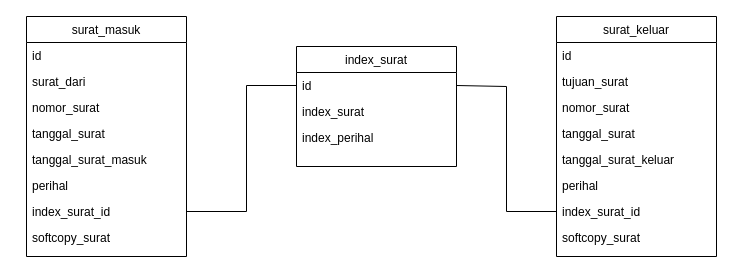
Earlier version of the draw.io diagram Diagram Tanpa Judul.drawio (danangsptro/SI_SURAT-M-K). Source tidied: cells renumbered, new cells numbered last; positions are measured from the earlier drawing's top-left corner, leaving out a move shared by most shapes. Both pictures are drawn from the tidied source at 100%, with x=0, y=0 at pixel (26, 16).
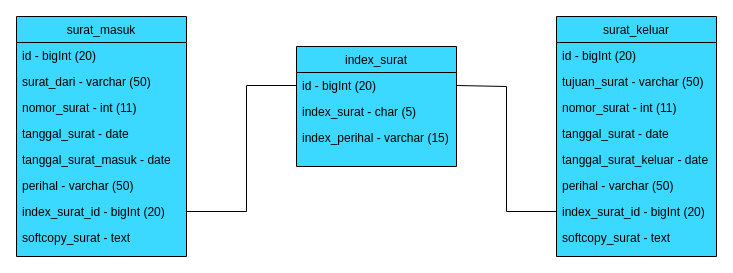
Above is the later version.

What changed in the source:
```diff
@@
-    <mxCell id="2" value="surat_masuk" style="swimlane;fontStyle=0;align=center;verticalAlign=top;horizontal=1;startSize=26;rounded=0;shadow=0;strokeWidth=1;" parent="1" vertex="1">
-      <mxGeometry width="160" height="240" as="geometry" />
+    <mxCell id="2" value="surat_masuk" style="swimlane;fontStyle=0;align=center;verticalAlign=top;horizontal=1;startSize=26;rounded=0;shadow=0;strokeWidth=1;fillColor=#3BD8FF;swimlaneFillColor=#3BD8FF;" parent="1" vertex="1">
+      <mxGeometry x="-10" width="170" height="240" as="geometry" />
     </mxCell>
-    <mxCell id="3" value="id" style="text;align=left;verticalAlign=top;spacingLeft=4;spacingRight=4;overflow=hidden;" parent="2" vertex="1">
-      <mxGeometry y="26" width="160" height="26" as="geometry" />
+    <mxCell id="3" value="id - bigInt (20)" style="text;align=left;verticalAlign=top;spacingLeft=4;spacingRight=4;overflow=hidden;" parent="2" vertex="1">
+      <mxGeometry y="26" width="170" height="26" as="geometry" />
     </mxCell>
-    <mxCell id="4" value="surat_dari" style="text;align=left;verticalAlign=top;spacingLeft=4;spacingRight=4;overflow=hidden;" parent="2" vertex="1">
-      <mxGeometry y="52" width="160" height="26" as="geometry" />
+    <mxCell id="4" value="surat_dari - varchar (50)" style="text;align=left;verticalAlign=top;spacingLeft=4;spacingRight=4;overflow=hidden;" parent="2" vertex="1">
+      <mxGeometry y="52" width="170" height="26" as="geometry" />
     </mxCell>
-    <mxCell id="5" value="nomor_surat" style="text;align=left;verticalAlign=top;spacingLeft=4;spacingRight=4;overflow=hidden;rounded=0;shadow=0;html=0;" parent="2" vertex="1">
-      <mxGeometry y="78" width="160" height="26" as="geometry" />
+    <mxCell id="5" value="nomor_surat - int (11)" style="text;align=left;verticalAlign=top;spacingLeft=4;spacingRight=4;overflow=hidden;rounded=0;shadow=0;html=0;" parent="2" vertex="1">
+      <mxGeometry y="78" width="170" height="26" as="geometry" />
     </mxCell>
-    <mxCell id="6" value="tanggal_surat" style="text;align=left;verticalAlign=top;spacingLeft=4;spacingRight=4;overflow=hidden;rounded=0;shadow=0;html=0;" parent="2" vertex="1">
-      <mxGeometry y="104" width="160" height="26" as="geometry" />
+    <mxCell id="6" value="tanggal_surat - date" style="text;align=left;verticalAlign=top;spacingLeft=4;spacingRight=4;overflow=hidden;rounded=0;shadow=0;html=0;" parent="2" vertex="1">
+      <mxGeometry y="104" width="170" height="26" as="geometry" />
     </mxCell>
-    <mxCell id="7" value="tanggal_surat_masuk" style="text;align=left;verticalAlign=top;spacingLeft=4;spacingRight=4;overflow=hidden;rounded=0;shadow=0;html=0;" parent="2" vertex="1">
-      <mxGeometry y="130" width="160" height="26" as="geometry" />
+    <mxCell id="7" value="tanggal_surat_masuk - date" style="text;align=left;verticalAlign=top;spacingLeft=4;spacingRight=4;overflow=hidden;rounded=0;shadow=0;html=0;" parent="2" vertex="1">
+      <mxGeometry y="130" width="170" height="26" as="geometry" />
     </mxCell>
-    <mxCell id="8" value="perihal" style="text;align=left;verticalAlign=top;spacingLeft=4;spacingRight=4;overflow=hidden;rounded=0;shadow=0;html=0;" parent="2" vertex="1">
-      <mxGeometry y="156" width="160" height="26" as="geometry" />
+    <mxCell id="8" value="perihal - varchar (50)" style="text;align=left;verticalAlign=top;spacingLeft=4;spacingRight=4;overflow=hidden;rounded=0;shadow=0;html=0;" parent="2" vertex="1">
+      <mxGeometry y="156" width="170" height="26" as="geometry" />
     </mxCell>
-    <mxCell id="9" value="index_surat_id" style="text;align=left;verticalAlign=top;spacingLeft=4;spacingRight=4;overflow=hidden;points=[[0,0.5],[1,0.5]];portConstraint=eastwest;rounded=0;shadow=0;html=0;" parent="2" vertex="1">
-      <mxGeometry y="182" width="160" height="26" as="geometry" />
+    <mxCell id="9" value="index_surat_id - bigInt (20)" style="text;align=left;verticalAlign=top;spacingLeft=4;spacingRight=4;overflow=hidden;points=[[0,0.5],[1,0.5]];portConstraint=eastwest;rounded=0;shadow=0;html=0;" parent="2" vertex="1">
+      <mxGeometry y="182" width="170" height="26" as="geometry" />
     </mxCell>
-    <mxCell id="10" value="softcopy_surat" style="text;align=left;verticalAlign=top;spacingLeft=4;spacingRight=4;overflow=hidden;rounded=0;shadow=0;html=0;" parent="2" vertex="1">
-      <mxGeometry y="208" width="160" height="26" as="geometry" />
+    <mxCell id="10" value="softcopy_surat - text" style="text;align=left;verticalAlign=top;spacingLeft=4;spacingRight=4;overflow=hidden;rounded=0;shadow=0;html=0;" parent="2" vertex="1">
+      <mxGeometry y="208" width="170" height="26" as="geometry" />
     </mxCell>
-    <mxCell id="11" value="surat_keluar" style="swimlane;fontStyle=0;align=center;verticalAlign=top;horizontal=1;startSize=26;rounded=0;shadow=0;strokeWidth=1;" parent="1" vertex="1">
+    <mxCell id="11" value="surat_keluar" style="swimlane;fontStyle=0;align=center;verticalAlign=top;horizontal=1;startSize=26;rounded=0;shadow=0;strokeWidth=1;fillColor=#3BD8FF;swimlaneFillColor=#3BD8FF;" parent="1" vertex="1">
       <mxGeometry x="530" width="160" height="240" as="geometry" />
     </mxCell>
-    <mxCell id="12" value="id" style="text;align=left;verticalAlign=top;spacingLeft=4;spacingRight=4;overflow=hidden;" parent="11" vertex="1">
+    <mxCell id="12" value="id - bigInt (20)" style="text;align=left;verticalAlign=top;spacingLeft=4;spacingRight=4;overflow=hidden;" parent="11" vertex="1">
       <mxGeometry y="26" width="160" height="26" as="geometry" />
     </mxCell>
-    <mxCell id="13" value="tujuan_surat" style="text;align=left;verticalAlign=top;spacingLeft=4;spacingRight=4;overflow=hidden;" parent="11" vertex="1">
+    <mxCell id="13" value="tujuan_surat - varchar (50)" style="text;align=left;verticalAlign=top;spacingLeft=4;spacingRight=4;overflow=hidden;" parent="11" vertex="1">
       <mxGeometry y="52" width="160" height="26" as="geometry" />
     </mxCell>
-    <mxCell id="14" value="nomor_surat" style="text;align=left;verticalAlign=top;spacingLeft=4;spacingRight=4;overflow=hidden;rounded=0;shadow=0;html=0;" parent="11" vertex="1">
+    <mxCell id="14" value="nomor_surat - int (11)" style="text;align=left;verticalAlign=top;spacingLeft=4;spacingRight=4;overflow=hidden;rounded=0;shadow=0;html=0;" parent="11" vertex="1">
       <mxGeometry y="78" width="160" height="26" as="geometry" />
     </mxCell>
-    <mxCell id="15" value="tanggal_surat" style="text;align=left;verticalAlign=top;spacingLeft=4;spacingRight=4;overflow=hidden;rounded=0;shadow=0;html=0;" parent="11" vertex="1">
+    <mxCell id="15" value="tanggal_surat - date" style="text;align=left;verticalAlign=top;spacingLeft=4;spacingRight=4;overflow=hidden;rounded=0;shadow=0;html=0;" parent="11" vertex="1">
       <mxGeometry y="104" width="160" height="26" as="geometry" />
     </mxCell>
-    <mxCell id="16" value="tanggal_surat_keluar" style="text;align=left;verticalAlign=top;spacingLeft=4;spacingRight=4;overflow=hidden;rounded=0;shadow=0;html=0;" parent="11" vertex="1">
+    <mxCell id="16" value="tanggal_surat_keluar - date" style="text;align=left;verticalAlign=top;spacingLeft=4;spacingRight=4;overflow=hidden;rounded=0;shadow=0;html=0;" parent="11" vertex="1">
       <mxGeometry y="130" width="160" height="26" as="geometry" />
     </mxCell>
-    <mxCell id="17" value="perihal" style="text;align=left;verticalAlign=top;spacingLeft=4;spacingRight=4;overflow=hidden;rounded=0;shadow=0;html=0;" parent="11" vertex="1">
+    <mxCell id="17" value="perihal - varchar (50)" style="text;align=left;verticalAlign=top;spacingLeft=4;spacingRight=4;overflow=hidden;rounded=0;shadow=0;html=0;" parent="11" vertex="1">
       <mxGeometry y="156" width="160" height="26" as="geometry" />
     </mxCell>
-    <mxCell id="18" value="index_surat_id" style="text;align=left;verticalAlign=top;spacingLeft=4;spacingRight=4;overflow=hidden;points=[[0,0.5],[1,0.5]];portConstraint=eastwest;rounded=0;shadow=0;html=0;" parent="11" vertex="1">
+    <mxCell id="18" value="index_surat_id - bigInt (20)" style="text;align=left;verticalAlign=top;spacingLeft=4;spacingRight=4;overflow=hidden;points=[[0,0.5],[1,0.5]];portConstraint=eastwest;rounded=0;shadow=0;html=0;" parent="11" vertex="1">
       <mxGeometry y="182" width="160" height="26" as="geometry" />
     </mxCell>
-    <mxCell id="19" value="softcopy_surat" style="text;align=left;verticalAlign=top;spacingLeft=4;spacingRight=4;overflow=hidden;rounded=0;shadow=0;html=0;" parent="11" vertex="1">
+    <mxCell id="19" value="softcopy_surat - text" style="text;align=left;verticalAlign=top;spacingLeft=4;spacingRight=4;overflow=hidden;rounded=0;shadow=0;html=0;" parent="11" vertex="1">
       <mxGeometry y="208" width="160" height="26" as="geometry" />
     </mxCell>
-    <mxCell id="20" value="index_surat" style="swimlane;fontStyle=0;align=center;verticalAlign=top;horizontal=1;startSize=26;rounded=0;shadow=0;strokeWidth=1;" parent="1" vertex="1">
+    <mxCell id="20" value="index_surat" style="swimlane;fontStyle=0;align=center;verticalAlign=top;horizontal=1;startSize=26;rounded=0;shadow=0;strokeWidth=1;swimlaneFillColor=#3BD8FF;fillColor=#3BD8FF;gradientColor=none;strokeColor=default;" parent="1" vertex="1">
       <mxGeometry x="270" y="30" width="160" height="120" as="geometry" />
     </mxCell>
-    <mxCell id="21" value="id" style="text;align=left;verticalAlign=top;spacingLeft=4;spacingRight=4;overflow=hidden;points=[[0,0.5],[1,0.5]];portConstraint=eastwest;" parent="20" vertex="1">
+    <mxCell id="21" value="id - bigInt (20)" style="text;align=left;verticalAlign=top;spacingLeft=4;spacingRight=4;overflow=hidden;points=[[0,0.5],[1,0.5]];portConstraint=eastwest;" parent="20" vertex="1">
       <mxGeometry y="26" width="160" height="26" as="geometry" />
     </mxCell>
-    <mxCell id="22" value="index_surat" style="text;align=left;verticalAlign=top;spacingLeft=4;spacingRight=4;overflow=hidden;rounded=0;shadow=0;html=0;" parent="20" vertex="1">
+    <mxCell id="22" value="index_surat - char (5)" style="text;align=left;verticalAlign=top;spacingLeft=4;spacingRight=4;overflow=hidden;rounded=0;shadow=0;html=0;" parent="20" vertex="1">
       <mxGeometry y="52" width="160" height="26" as="geometry" />
     </mxCell>
-    <mxCell id="23" value="index_perihal" style="text;align=left;verticalAlign=top;spacingLeft=4;spacingRight=4;overflow=hidden;rounded=0;shadow=0;html=0;" parent="20" vertex="1">
+    <mxCell id="23" value="index_perihal - varchar (15)" style="text;align=left;verticalAlign=top;spacingLeft=4;spacingRight=4;overflow=hidden;rounded=0;shadow=0;html=0;" parent="20" vertex="1">
       <mxGeometry y="78" width="160" height="26" as="geometry" />
     </mxCell>
```
